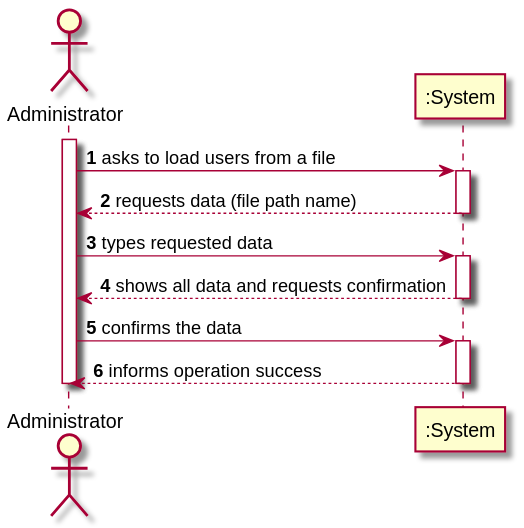
The PlantUML diagram docs/SprintC/US14/SSD/US14_SSD.svg in miseEnPlace-i/lapr2, before a commit.
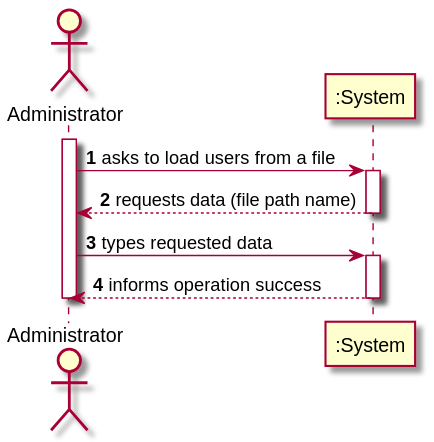
The same diagram one commit later.

Change to the diagram source:
```diff
@@ -10,11 +10,6 @@
 
 ADMIN -> ":System" : types requested data
 activate ":System"
-":System" --> ADMIN : shows all data and requests confirmation
-deactivate ":System"
-
-ADMIN -> ":System" : confirms the data
-activate ":System"
 ":System" --> ADMIN : informs operation success
 deactivate ":System"
 
```
